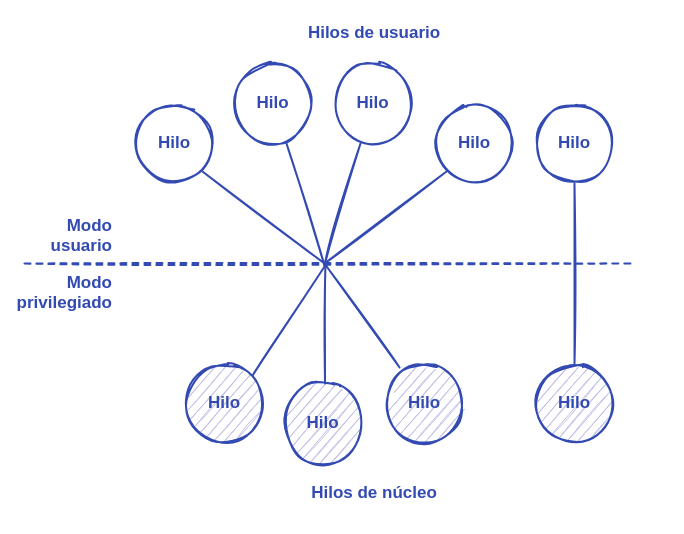
Above: content/media/C12-hilos/modelo_de_dos_niveles.drawio in ull-esit-sistemas-operativos/ssoo-apuntes (draw.io), before the change. Source tidied: cells renumbered, new cells numbered last; positions are measured from the earlier drawing's top-left corner, leaving out a move shared by most shapes. Both pictures are drawn from the tidied source at 100%, with x=0, y=0 at pixel (17, 23).
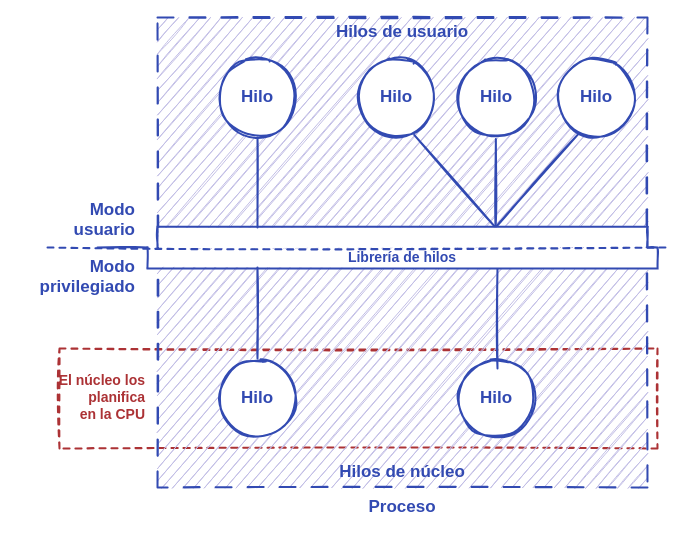
After the change.

Diff of the diagram source:
```diff
@@
+    <mxCell id="24" style="rounded=0;shadow=0;sketch=1;strokeWidth=2;fillColor=none;fontFamily=Ink Free;fontSize=17;spacing=20;strokeColor=#AC3235;fontColor=#AC3235;fontStyle=1;labelBackgroundColor=none;dashed=1;spacingBottom=5;" parent="1" vertex="1">
+      <mxGeometry x="42" y="325" width="598" height="100" as="geometry" />
+    </mxCell>
+    <mxCell id="25" style="rounded=0;shadow=0;sketch=1;strokeWidth=2;fillColor=#c2bee6;fontFamily=Ink Free;fontSize=17;spacing=20;strokeColor=#324ab2;fontColor=#324ab2;fontStyle=1;labelBackgroundColor=none;spacingBottom=5;dashed=1;dashPattern=8 8;" parent="1" vertex="1">
+      <mxGeometry x="140" y="-6" width="490" height="470" as="geometry" />
+    </mxCell>
+    <mxCell id="26" value="Hilo" style="ellipse;rounded=0;shadow=0;fontFamily=Ink Free;fontSize=17;strokeWidth=2;spacing=20;sketch=1;align=center;strokeColor=#324ab2;fontColor=#324ab2;fillColor=default;fontStyle=1;spacingBottom=5;" parent="1" vertex="1">
+      <mxGeometry x="200" y="335" width="80" height="80" as="geometry" />
+    </mxCell>
+    <mxCell id="27" value="Hilo" style="ellipse;rounded=0;shadow=0;fontFamily=Ink Free;fontSize=17;strokeWidth=2;spacing=20;sketch=1;align=center;strokeColor=#324ab2;fontColor=#324ab2;fillColor=#FFFFFF;fontStyle=1;spacingBottom=5;fillStyle=auto;" parent="1" vertex="1">
+      <mxGeometry x="439" y="335" width="80" height="80" as="geometry" />
+    </mxCell>
+    <mxCell id="11" value="Modo&#10;usuario" style="text;strokeColor=none;fillColor=none;align=right;verticalAlign=middle;rounded=0;shadow=0;sketch=1;fontFamily=Ink Free;fontSize=17;fontStyle=1;fontColor=#324ab2;spacingBottom=5;" parent="1" vertex="1">
+      <mxGeometry x="50" y="179" width="70" height="35" as="geometry" />
+    </mxCell>
     <mxCell id="2" value="Modo&#10;privilegiado" style="text;strokeColor=none;fillColor=none;align=right;verticalAlign=middle;rounded=0;shadow=0;sketch=1;fontFamily=Ink Free;fontSize=17;fontStyle=1;fontColor=#324ab2;spacingBottom=5;" parent="1" vertex="1">
-      <mxGeometry y="250" width="97" height="40" as="geometry" />
+      <mxGeometry x="30" y="234" width="90" height="40" as="geometry" />
     </mxCell>
-    <mxCell id="3" value="Hilo" style="ellipse;rounded=0;shadow=0;fontFamily=Ink Free;fontSize=17;strokeWidth=2;spacing=20;sketch=1;align=center;strokeColor=#324ab2;fontColor=#324ab2;fillColor=#c2bee6;fontStyle=1;spacingBottom=5;" parent="1" vertex="1">
-      <mxGeometry x="265.5" y="360" width="80" height="80" as="geometry" />
-    </mxCell>
-    <mxCell id="4" value="Hilo" style="ellipse;rounded=0;shadow=0;fontFamily=Ink Free;fontSize=17;strokeWidth=2;fillColor=none;spacing=20;sketch=1;align=center;strokeColor=#324ab2;fontColor=#324ab2;fontStyle=1;spacingBottom=5;" parent="1" vertex="1">
-      <mxGeometry x="117" y="80" width="80" height="80" as="geometry" />
-    </mxCell>
-    <mxCell id="5" value="Hilo" style="ellipse;rounded=0;shadow=0;fontFamily=Ink Free;fontSize=17;strokeWidth=2;fillColor=none;spacing=20;sketch=1;align=center;strokeColor=#324ab2;fontColor=#324ab2;fontStyle=1;spacingBottom=5;" parent="1" vertex="1">
-      <mxGeometry x="417" y="80" width="80" height="80" as="geometry" />
-    </mxCell>
-    <mxCell id="6" style="endArrow=none;strokeWidth=2;rounded=0;shadow=0;fontFamily=Ink Free;fontSize=17;spacing=20;sketch=1;dashed=1;strokeColor=#324ab2;fontColor=#324ab2;fontStyle=1;spacingBottom=5;" parent="1" edge="1">
-      <mxGeometry relative="1" as="geometry">
-        <mxPoint x="7" y="240" as="sourcePoint" />
-        <mxPoint x="617" y="240" as="targetPoint" />
-      </mxGeometry>
-    </mxCell>
-    <mxCell id="7" value="Hilo" style="ellipse;rounded=0;shadow=0;fontFamily=Ink Free;fontSize=17;strokeWidth=2;spacing=20;sketch=1;align=center;strokeColor=#324ab2;fontColor=#324ab2;fillColor=#c2bee6;fontStyle=1;spacingBottom=5;" parent="1" vertex="1">
-      <mxGeometry x="167" y="340" width="80" height="80" as="geometry" />
-    </mxCell>
-    <mxCell id="8" value="Hilo" style="ellipse;rounded=0;shadow=0;fontFamily=Ink Free;fontSize=17;strokeWidth=2;spacing=20;sketch=1;align=center;strokeColor=#324ab2;fontColor=#324ab2;fillColor=#c2bee6;fontStyle=1;spacingBottom=5;" parent="1" vertex="1">
-      <mxGeometry x="367" y="340" width="80" height="80" as="geometry" />
-    </mxCell>
     <mxCell id="9" value="Hilos de usuario" style="text;fillColor=none;align=center;verticalAlign=middle;rounded=0;shadow=0;fontFamily=Ink Free;fontSize=17;strokeWidth=2;spacing=20;sketch=1;fontStyle=1;fontColor=#324ab2;spacingBottom=5;" parent="1" vertex="1">
-      <mxGeometry x="277" width="160" height="20" as="geometry" />
+      <mxGeometry x="140" y="-6" width="490" height="30" as="geometry" />
     </mxCell>
     <mxCell id="10" value="Hilos de núcleo" style="text;fillColor=none;align=center;verticalAlign=middle;rounded=0;shadow=0;fontFamily=Ink Free;fontSize=17;strokeWidth=2;spacing=20;sketch=1;fontStyle=1;fontColor=#324ab2;spacingBottom=5;" parent="1" vertex="1">
-      <mxGeometry x="277" y="460" width="160" height="20" as="geometry" />
+      <mxGeometry x="140" y="434" width="490" height="30" as="geometry" />
     </mxCell>
-    <mxCell id="11" value="Modo&#10;usuario" style="text;strokeColor=none;fillColor=none;align=right;verticalAlign=middle;rounded=0;shadow=0;sketch=1;fontFamily=Ink Free;fontSize=17;fontStyle=1;fontColor=#324ab2;spacingBottom=5;" parent="1" vertex="1">
-      <mxGeometry x="27" y="195" width="70" height="35" as="geometry" />
-    </mxCell>
-    <mxCell id="12" value="Hilo" style="ellipse;rounded=0;shadow=0;fontFamily=Ink Free;fontSize=17;strokeWidth=2;fillColor=none;spacing=20;sketch=1;align=center;strokeColor=#324ab2;fontColor=#324ab2;fontStyle=1;spacingBottom=5;" parent="1" vertex="1">
-      <mxGeometry x="517" y="80" width="80" height="80" as="geometry" />
-    </mxCell>
-    <mxCell id="13" value="Hilo" style="ellipse;rounded=0;shadow=0;fontFamily=Ink Free;fontSize=17;strokeWidth=2;spacing=20;sketch=1;align=center;strokeColor=#324ab2;fontColor=#324ab2;fillColor=#c2bee6;fontStyle=1;spacingBottom=5;" parent="1" vertex="1">
-      <mxGeometry x="517" y="340" width="80" height="80" as="geometry" />
-    </mxCell>
-    <mxCell id="14" style="rounded=0;orthogonalLoop=1;jettySize=auto;strokeWidth=2;shadow=0;fontFamily=Ink Free;fontSize=17;spacing=20;endArrow=none;sketch=1;strokeColor=#324ab2;fontColor=#324ab2;fontStyle=1;spacingBottom=5;" parent="1" edge="1">
-      <mxGeometry relative="1" as="geometry">
-        <mxPoint x="557" y="160" as="sourcePoint" />
-        <mxPoint x="557" y="340" as="targetPoint" />
-      </mxGeometry>
-    </mxCell>
-    <mxCell id="15" style="rounded=0;orthogonalLoop=1;jettySize=auto;exitX=0.5;exitY=0;exitDx=0;exitDy=0;strokeWidth=2;shadow=0;fontFamily=Ink Free;fontSize=17;spacing=20;endArrow=none;sketch=1;strokeColor=#324ab2;fontColor=#324ab2;fontStyle=1;spacingBottom=5;" parent="1" edge="1">
-      <mxGeometry relative="1" as="geometry">
-        <mxPoint x="307.5" y="360" as="sourcePoint" />
-        <mxPoint x="308" y="240" as="targetPoint" />
-      </mxGeometry>
-    </mxCell>
-    <mxCell id="16" style="rounded=0;jettySize=auto;exitX=1;exitY=0;exitDx=0;exitDy=0;strokeWidth=2;shadow=0;fontFamily=Ink Free;fontSize=17;spacing=20;endArrow=none;sketch=1;strokeColor=#324ab2;fontColor=#324ab2;fontStyle=1;spacingBottom=5;" parent="1" edge="1" source="7">
-      <mxGeometry relative="1" as="geometry">
-        <mxPoint x="309" y="240" as="targetPoint" />
-      </mxGeometry>
-    </mxCell>
-    <mxCell id="17" style="rounded=0;jettySize=auto;exitX=0.188;exitY=0.05;exitDx=0;exitDy=0;strokeWidth=2;shadow=0;fontFamily=Ink Free;fontSize=17;spacing=20;endArrow=none;sketch=1;exitPerimeter=0;strokeColor=#324ab2;fontColor=#324ab2;fontStyle=1;spacingBottom=5;" parent="1" edge="1" source="8">
-      <mxGeometry relative="1" as="geometry">
-        <mxPoint x="307" y="240" as="targetPoint" />
-      </mxGeometry>
-    </mxCell>
-    <mxCell id="18" style="rounded=0;jettySize=auto;strokeWidth=2;shadow=0;fontFamily=Ink Free;fontSize=17;spacing=20;endArrow=none;sketch=1;entryX=1;entryY=1;entryDx=0;entryDy=0;strokeColor=#324ab2;fontColor=#324ab2;fontStyle=1;spacingBottom=5;" parent="1" edge="1" target="4">
-      <mxGeometry relative="1" as="geometry">
-        <mxPoint x="307" y="240" as="sourcePoint" />
-      </mxGeometry>
-    </mxCell>
-    <mxCell id="19" style="rounded=0;jettySize=auto;strokeWidth=2;shadow=0;fontFamily=Ink Free;fontSize=17;spacing=20;endArrow=none;sketch=1;entryX=0;entryY=1;entryDx=0;entryDy=0;strokeColor=#324ab2;fontColor=#324ab2;fontStyle=1;spacingBottom=5;" parent="1" edge="1" target="5">
-      <mxGeometry relative="1" as="geometry">
-        <mxPoint x="307" y="240" as="sourcePoint" />
-      </mxGeometry>
-    </mxCell>
-    <mxCell id="20" value="Hilo" style="ellipse;rounded=0;shadow=0;fontFamily=Ink Free;fontSize=17;strokeWidth=2;fillColor=none;spacing=20;sketch=1;align=center;strokeColor=#324ab2;fontColor=#324ab2;fontStyle=1;spacingBottom=5;" parent="1" vertex="1">
-      <mxGeometry x="215.5" y="40" width="80" height="80" as="geometry" />
-    </mxCell>
-    <mxCell id="21" value="Hilo" style="ellipse;rounded=0;shadow=0;fontFamily=Ink Free;fontSize=17;strokeWidth=2;fillColor=none;spacing=20;sketch=1;align=center;strokeColor=#324ab2;fontColor=#324ab2;fontStyle=1;spacingBottom=5;" parent="1" vertex="1">
-      <mxGeometry x="315.5" y="40" width="80" height="80" as="geometry" />
-    </mxCell>
-    <mxCell id="22" style="rounded=0;orthogonalLoop=1;jettySize=auto;strokeWidth=2;shadow=0;fontFamily=Ink Free;fontSize=17;spacing=20;endArrow=none;sketch=1;strokeColor=#324ab2;fontColor=#324ab2;fontStyle=1;spacingBottom=5;" parent="1" edge="1">
-      <mxGeometry relative="1" as="geometry">
-        <mxPoint x="269" y="120" as="sourcePoint" />
-        <mxPoint x="307" y="242" as="targetPoint" />
-      </mxGeometry>
-    </mxCell>
-    <mxCell id="23" style="rounded=0;orthogonalLoop=1;jettySize=auto;strokeWidth=2;shadow=0;fontFamily=Ink Free;fontSize=17;spacing=20;endArrow=none;sketch=1;strokeColor=#324ab2;fontColor=#324ab2;fontStyle=1;spacingBottom=5;" parent="1" edge="1">
-      <mxGeometry relative="1" as="geometry">
-        <mxPoint x="307" y="242" as="sourcePoint" />
-        <mxPoint x="343" y="120" as="targetPoint" />
-      </mxGeometry>
-    </mxCell>
+    <mxCell id="28" value="Proceso" style="text;fillColor=none;align=center;verticalAlign=middle;rounded=0;shadow=0;fontFamily=Ink Free;fontSize=17;strokeWidth=2;spacing=20;sketch=1;fontStyle=1;fontColor=#324ab2;spacingBottom=5;" parent="1" vertex="1">
+      <mxGeometry x="140" y="474" width="490" height="20" as="geometry" />
+    </mxCell>
+    <mxCell id="29" value="Hilo" style="ellipse;rounded=0;shadow=0;fontFamily=Ink Free;fontSize=17;strokeWidth=2;fillColor=default;spacing=20;sketch=1;align=center;points=[[0.924,-0.382]];strokeColor=#324ab2;fontColor=#324ab2;fontStyle=1;spacingBottom=5;" parent="1" vertex="1">
+      <mxGeometry x="339" y="34" width="80" height="80" as="geometry" />
+    </mxCell>
+    <mxCell id="30" value="Hilo" style="ellipse;rounded=0;shadow=0;fontFamily=Ink Free;fontSize=17;strokeWidth=2;fillColor=default;spacing=20;sketch=1;align=center;points=[[-0.924,-0.382]];strokeColor=#324ab2;fontColor=#324ab2;fontStyle=1;spacingBottom=5;" parent="1" vertex="1">
+      <mxGeometry x="439" y="34" width="80" height="80" as="geometry" />
+    </mxCell>
+    <mxCell id="31" value="Hilo" style="ellipse;rounded=0;shadow=0;fontFamily=Ink Free;fontSize=17;strokeWidth=2;fillColor=default;spacing=20;sketch=1;align=center;strokeColor=#324ab2;fontColor=#324ab2;fontStyle=1;spacingBottom=5;" parent="1" vertex="1">
+      <mxGeometry x="539" y="34" width="80" height="80" as="geometry" />
+    </mxCell>
+    <mxCell id="32" value="Hilo" style="ellipse;rounded=0;shadow=0;fontFamily=Ink Free;fontSize=17;strokeWidth=2;fillColor=default;spacing=20;sketch=1;align=center;strokeColor=#324ab2;fontColor=#324ab2;fontStyle=1;spacingBottom=5;" parent="1" vertex="1">
+      <mxGeometry x="200" y="34" width="80" height="80" as="geometry" />
+    </mxCell>
+    <mxCell id="33" style="rounded=0;orthogonalLoop=1;jettySize=auto;strokeWidth=2;shadow=0;fontFamily=Ink Free;fontSize=17;spacing=20;endArrow=none;sketch=1;strokeColor=#324ab2;fontColor=#324ab2;fontStyle=1;spacingBottom=5;exitX=0.5;exitY=1;exitDx=0;exitDy=0;" parent="1" edge="1">
+      <mxGeometry relative="1" as="geometry">
+        <mxPoint x="480" y="345" as="sourcePoint" />
+        <mxPoint x="480" y="244" as="targetPoint" />
+      </mxGeometry>
+    </mxCell>
+    <mxCell id="34" style="rounded=0;jettySize=auto;strokeWidth=2;shadow=0;fontFamily=Ink Free;fontSize=17;spacing=20;endArrow=none;sketch=1;entryX=0.492;entryY=1.019;entryDx=0;entryDy=0;strokeColor=#324ab2;fontColor=#324ab2;fontStyle=1;spacingBottom=5;entryPerimeter=0;" parent="1" edge="1" target="30">
+      <mxGeometry relative="1" as="geometry">
+        <mxPoint x="478" y="204" as="sourcePoint" />
+      </mxGeometry>
+    </mxCell>
+    <mxCell id="35" style="rounded=0;jettySize=auto;strokeWidth=2;shadow=0;fontFamily=Ink Free;fontSize=17;spacing=20;endArrow=none;sketch=1;strokeColor=#324ab2;fontColor=#324ab2;fontStyle=1;spacingBottom=5;entryX=0.283;entryY=0.946;entryDx=0;entryDy=0;entryPerimeter=0;exitX=0.312;exitY=0.915;exitDx=0;exitDy=0;exitPerimeter=0;" parent="1" edge="1" source="40" target="31">
+      <mxGeometry relative="1" as="geometry" />
+    </mxCell>
+    <mxCell id="36" style="rounded=0;jettySize=auto;strokeWidth=2;shadow=0;fontFamily=Ink Free;fontSize=17;spacing=20;endArrow=none;sketch=1;strokeColor=#324ab2;fontColor=#324ab2;fontStyle=1;spacingBottom=5;entryX=0.721;entryY=0.967;entryDx=0;entryDy=0;entryPerimeter=0;exitX=0.312;exitY=1.015;exitDx=0;exitDy=0;exitPerimeter=0;" parent="1" edge="1" source="40" target="29">
+      <mxGeometry relative="1" as="geometry" />
+    </mxCell>
+    <mxCell id="37" value="El núcleo los&#10;planifica&#10;en la CPU" style="text;strokeColor=none;fillColor=none;align=right;verticalAlign=middle;rounded=0;shadow=0;sketch=1;fontFamily=Ink Free;fontSize=14;fontStyle=1;fontColor=#AC3235;spacingBottom=5;" parent="1" vertex="1">
+      <mxGeometry x="50" y="340" width="80" height="70" as="geometry" />
+    </mxCell>
+    <mxCell id="38" style="shape=partialRectangle;whiteSpace=wrap;html=1;top=0;left=0;fillColor=default;fontSize=14;fontFamily=Ink Free;strokeColor=#324AB2;fontColor=#324AB2;rounded=0;shadow=0;sketch=1;strokeWidth=2;spacing=20;fontStyle=1;labelBackgroundColor=none;" parent="1" vertex="1">
+      <mxGeometry x="130" y="225" width="510.1" height="20" as="geometry" />
+    </mxCell>
+    <mxCell id="39" style="shape=partialRectangle;whiteSpace=wrap;html=1;right=0;top=0;bottom=0;fillColor=none;routingCenterX=-0.5;fontSize=14;fontFamily=Ink Free;strokeColor=#324AB2;fontColor=#324AB2;rounded=0;shadow=0;sketch=1;strokeWidth=2;spacing=20;fontStyle=1;labelBackgroundColor=none;" parent="1" vertex="1">
+      <mxGeometry x="130" y="224" width="510.1" height="20" as="geometry" />
+    </mxCell>
+    <mxCell id="40" style="shape=partialRectangle;whiteSpace=wrap;html=1;top=0;left=0;fillColor=default;fontSize=14;fontFamily=Ink Free;strokeColor=#324AB2;fontColor=#324AB2;rounded=0;shadow=0;sketch=1;strokeWidth=2;spacing=20;fontStyle=1;labelBackgroundColor=none;rotation=-180;" parent="1" vertex="1">
+      <mxGeometry x="140" y="203.3" width="490" height="20" as="geometry" />
+    </mxCell>
+    <mxCell id="41" style="shape=partialRectangle;whiteSpace=wrap;html=1;right=0;top=0;bottom=0;fillColor=none;routingCenterX=-0.5;fontSize=14;fontFamily=Ink Free;strokeColor=#324AB2;fontColor=#324AB2;rounded=0;shadow=0;sketch=1;strokeWidth=2;spacing=20;fontStyle=1;labelBackgroundColor=none;rotation=-180;" parent="1" vertex="1">
+      <mxGeometry x="510" y="203.5" width="120" height="20" as="geometry" />
+    </mxCell>
+    <mxCell id="42" style="endArrow=none;html=1;rounded=0;fontSize=17;fontFamily=Ink Free;strokeColor=#324ab2;fontColor=#324ab2;strokeWidth=2;shadow=0;spacing=20;sketch=1;fontStyle=1;spacingBottom=5;exitX=0;exitY=0;exitDx=0;exitDy=0;" parent="1" edge="1" source="39">
+      <mxGeometry relative="1" as="geometry">
+        <mxPoint x="80" y="224" as="targetPoint" />
+      </mxGeometry>
+    </mxCell>
+    <mxCell id="43" style="endArrow=none;html=1;rounded=0;fontSize=17;fontFamily=Ink Free;strokeColor=#324ab2;fontColor=#324ab2;strokeWidth=2;shadow=0;spacing=20;sketch=1;fontStyle=1;spacingBottom=5;entryX=1;entryY=0;entryDx=0;entryDy=0;" parent="1" edge="1" target="39">
+      <mxGeometry relative="1" as="geometry">
+        <mxPoint x="630" y="224" as="sourcePoint" />
+      </mxGeometry>
+    </mxCell>
+    <mxCell id="44" value="Librería de hilos" style="rounded=0;shadow=0;sketch=1;strokeWidth=2;fillColor=none;fontFamily=Ink Free;fontSize=14;spacing=20;strokeColor=none;fontColor=#324AB2;fontStyle=1;labelBackgroundColor=none;" parent="1" vertex="1">
+      <mxGeometry x="130" y="223.3" width="510" height="20" as="geometry" />
+    </mxCell>
+    <mxCell id="45" style="endArrow=none;strokeWidth=2;rounded=0;shadow=0;fontFamily=Ink Free;fontSize=17;spacing=20;sketch=1;dashed=1;strokeColor=#324ab2;fontColor=#324ab2;fontStyle=1;spacingBottom=5;" parent="1" edge="1">
+      <mxGeometry relative="1" as="geometry">
+        <mxPoint x="30" y="224" as="sourcePoint" />
+        <mxPoint x="650" y="224" as="targetPoint" />
+      </mxGeometry>
+    </mxCell>
+    <mxCell id="46" style="rounded=0;orthogonalLoop=1;jettySize=auto;strokeWidth=2;shadow=0;fontFamily=Ink Free;fontSize=17;spacing=20;endArrow=none;sketch=1;strokeColor=#324ab2;fontColor=#324ab2;fontStyle=1;spacingBottom=5;" parent="1" edge="1">
+      <mxGeometry relative="1" as="geometry">
+        <mxPoint x="240" y="204" as="sourcePoint" />
+        <mxPoint x="240" y="114" as="targetPoint" />
+      </mxGeometry>
+    </mxCell>
+    <mxCell id="47" style="rounded=0;jettySize=auto;strokeWidth=2;shadow=0;fontFamily=Ink Free;fontSize=17;spacing=20;endArrow=none;sketch=1;strokeColor=#324ab2;fontColor=#324ab2;fontStyle=1;spacingBottom=5;" parent="1" edge="1" source="26">
+      <mxGeometry relative="1" as="geometry">
+        <mxPoint x="240" y="244" as="targetPoint" />
+      </mxGeometry>
+    </mxCell>
```
